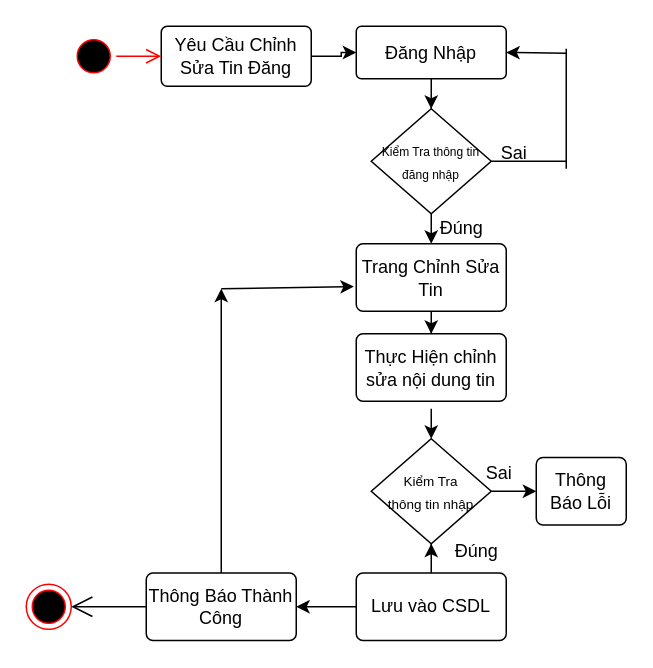
Earlier version of the draw.io diagram page "Chỉnh Sửa Tin Đăng" (4 of 14) of hoatdong.drawio (phamhieudev/BatDongSan). Source tidied: cells renumbered, new cells numbered last; positions are measured from the earlier drawing's top-left corner, leaving out a move shared by most shapes. Both pictures are drawn from the tidied source at 150%, with x=0, y=0 at pixel (26, 26).
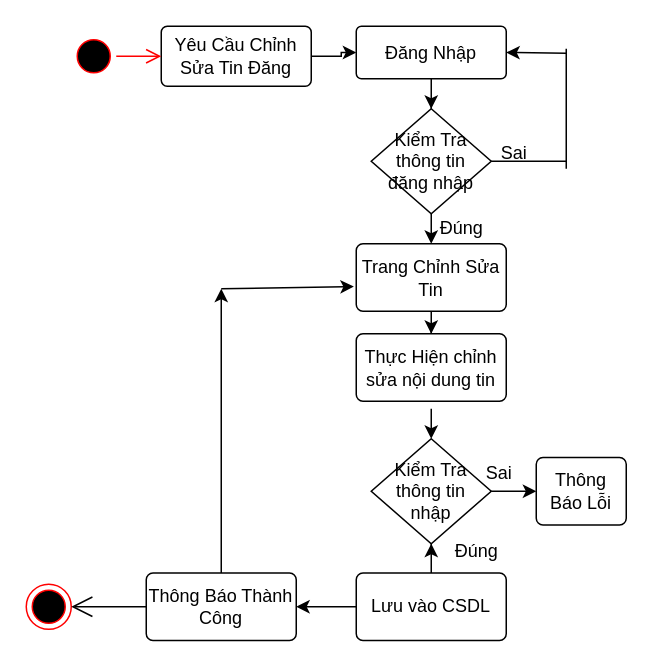
Above is the later version.

Diff of the diagram source:
```diff
@@
-    <mxCell id="17" value="&lt;font style=&quot;font-size: 8px&quot;&gt;Kiểm Tra thông tin đăng nhập&lt;/font&gt;" style="rhombus;whiteSpace=wrap;html=1;" parent="1" vertex="1">
+    <mxCell id="17" value="&lt;font style=&quot;font-size: 12px&quot;&gt;Kiểm Tra thông tin&lt;br&gt;đăng nhập&lt;/font&gt;" style="rhombus;whiteSpace=wrap;html=1;" parent="1" vertex="1">
       <mxGeometry x="230" y="55" width="80" height="70" as="geometry" />
     </mxCell>
@@
-    <mxCell id="22" value="&lt;font style=&quot;font-size: 9px&quot;&gt;Kiểm Tra &lt;br&gt;thông tin nhập&lt;/font&gt;" style="rhombus;whiteSpace=wrap;html=1;" parent="1" vertex="1">
+    <mxCell id="22" value="&lt;font style=&quot;font-size: 12px&quot;&gt;Kiểm Tra &lt;br&gt;thông tin &lt;br&gt;nhập&lt;/font&gt;" style="rhombus;whiteSpace=wrap;html=1;" parent="1" vertex="1">
       <mxGeometry x="230" y="275" width="80" height="70" as="geometry" />
     </mxCell>
```
